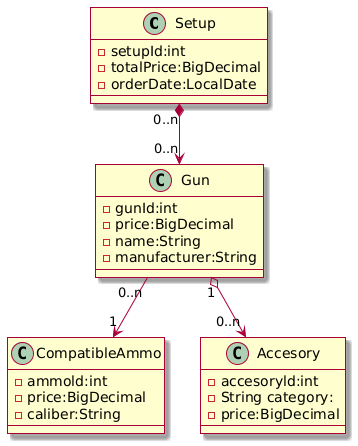
miw-upm/apaw-practice keeps this PlantUML diagram as docs/gun-store.models.png. Above is the earlier version.
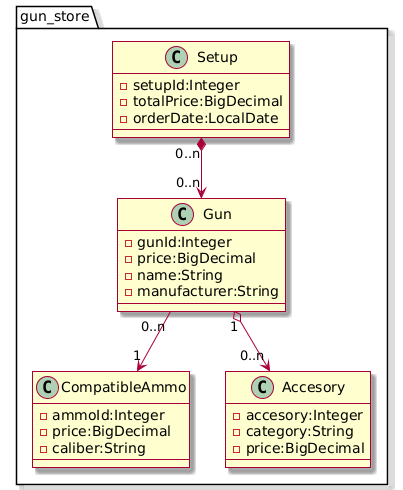
After the commit.

Commit message:
Correct and enhance model diagram #839

Diff of the diagram source:
```diff
@@ -1,29 +1,34 @@
 @startuml
 skin rose
 
-Class Setup {
-- setupId:int
-- totalPrice:BigDecimal
-- orderDate:LocalDate
+Package "gun_store" {
+  Class Setup {
+    -setupId:Integer
+    -totalPrice:BigDecimal
+    -orderDate:LocalDate
+  }
+
+  Class Gun {
+    -gunId:Integer
+    -price:BigDecimal
+    -name:String
+    -manufacturer:String
+  }
+
+  Class CompatibleAmmo {
+    -ammoId:Integer
+    -price:BigDecimal
+    -caliber:String
+  }
+
+  Class Accesory {
+    -accesory:Integer
+    -category:String
+    -price:BigDecimal
+  }
+
+  Setup "0..n" *-down-> "0..n" Gun
+  Gun "1" o-down-> "0..n" Accesory
+  Gun "0..n" -down-> "1" CompatibleAmmo
 }
-Class Gun {
-- gunId:int
-- price:BigDecimal
-- name:String
-- manufacturer:String
-}
-Class CompatibleAmmo {
-- ammold:int
-- price:BigDecimal
-- caliber:String
-}
-Class Accesory {
-- accesoryld:int
-- String category:
-- price:BigDecimal
-}
-
-Setup "0..n" *-down->  "0..n" Gun
-Gun "1" o-down-> "0..n" Accesory
-CompatibleAmmo "1" <-up- "0..n" Gun
 @enduml
```
